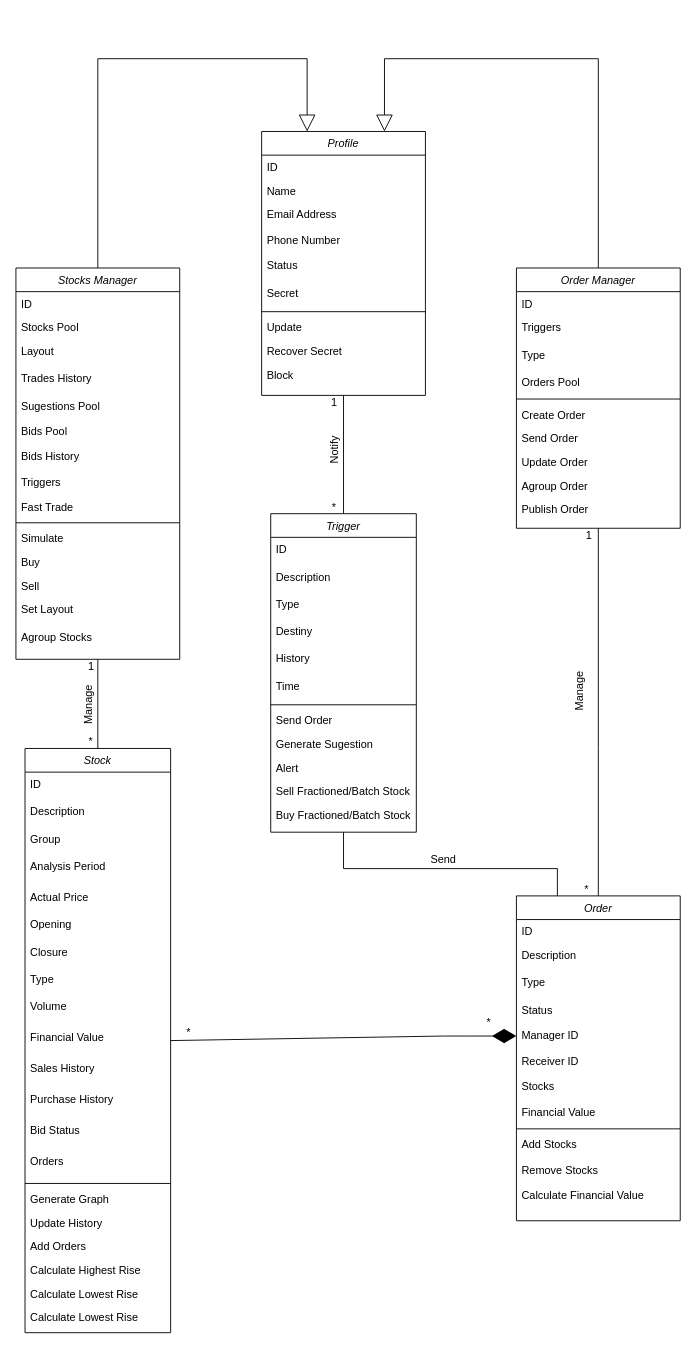
Above: class.drawio in devtnascimento/modelagem (draw.io), before the change. Source tidied: cells renumbered, new cells numbered last; positions are measured from the earlier drawing's top-left corner, leaving out a move shared by most shapes. Both pictures are drawn from the tidied source at 91%, with x=0, y=0 at pixel (15, 58).
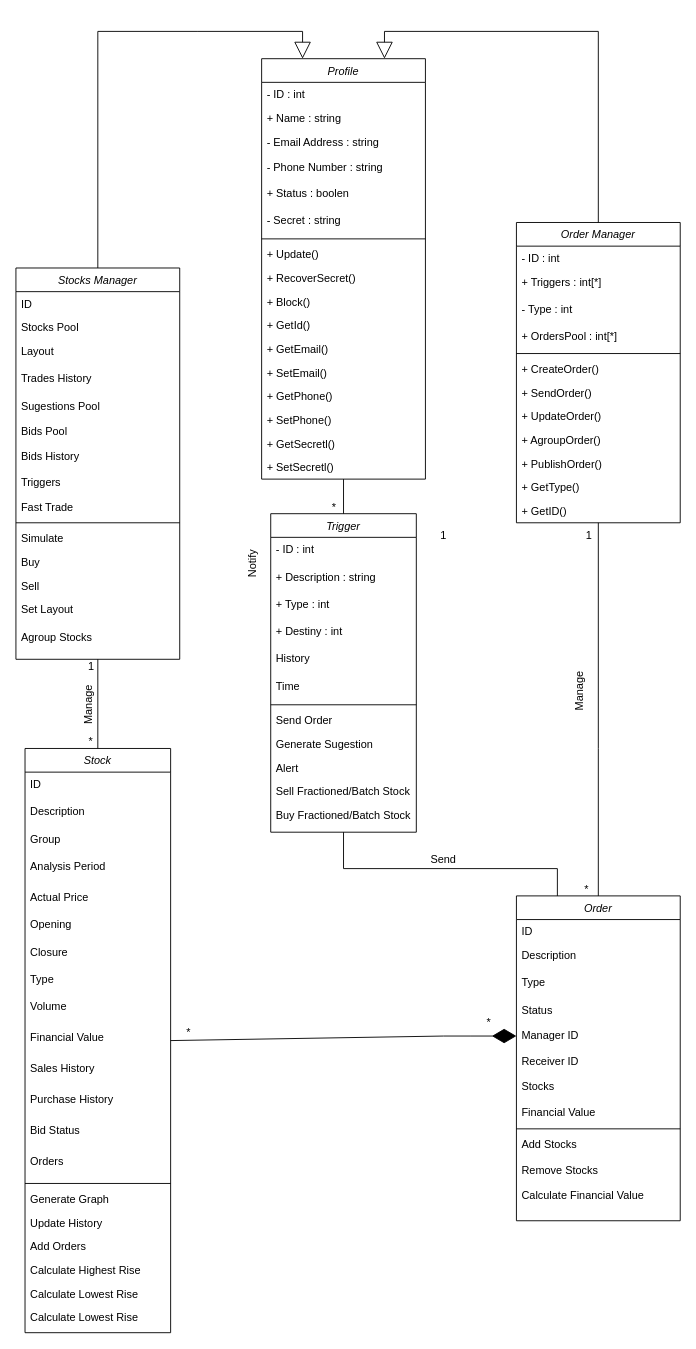
Above is the later version.

Unchanged cells that the change refers to:
```xml
<mxCell id="24" value="Stocks Manager" style="swimlane;fontStyle=2;align=center;verticalAlign=top;horizontal=1;startSize=26;rounded=0;shadow=0;strokeWidth=1;" parent="1" vertex="1">
  <mxGeometry y="230" width="180" height="430" as="geometry" />
</mxCell>
<mxCell id="62" value="Trigger" style="swimlane;fontStyle=2;align=center;verticalAlign=top;horizontal=1;startSize=26;rounded=0;shadow=0;strokeWidth=1;" parent="1" vertex="1">
  <mxGeometry x="280" y="500" width="160" height="350" as="geometry" />
</mxCell>
```

Diff of the diagram source:
```diff
@@
     <mxCell id="2" value="Profile" style="swimlane;fontStyle=2;align=center;verticalAlign=top;horizontal=1;startSize=26;rounded=0;shadow=0;strokeWidth=1;" parent="1" vertex="1">
-      <mxGeometry x="270" y="80" width="180" height="290" as="geometry" />
+      <mxGeometry x="270" width="180" height="462" as="geometry" />
     </mxCell>
-    <mxCell id="3" value="ID" style="text;align=left;verticalAlign=top;spacingLeft=4;spacingRight=4;overflow=hidden;" parent="2" vertex="1">
+    <mxCell id="3" value="- ID : int" style="text;align=left;verticalAlign=top;spacingLeft=4;spacingRight=4;overflow=hidden;" parent="2" vertex="1">
       <mxGeometry y="26" width="180" height="26" as="geometry" />
     </mxCell>
-    <mxCell id="4" value="Name" style="text;align=left;verticalAlign=top;spacingLeft=4;spacingRight=4;overflow=hidden;" parent="2" vertex="1">
+    <mxCell id="4" value="+ Name : string  " style="text;align=left;verticalAlign=top;spacingLeft=4;spacingRight=4;overflow=hidden;" parent="2" vertex="1">
       <mxGeometry y="52" width="180" height="26" as="geometry" />
     </mxCell>
-    <mxCell id="5" value="Email Address" style="text;align=left;verticalAlign=top;spacingLeft=4;spacingRight=4;overflow=hidden;rounded=0;shadow=0;html=0;" parent="2" vertex="1">
+    <mxCell id="5" value="- Email Address : string" style="text;align=left;verticalAlign=top;spacingLeft=4;spacingRight=4;overflow=hidden;rounded=0;shadow=0;html=0;" parent="2" vertex="1">
       <mxGeometry y="78" width="180" height="28" as="geometry" />
     </mxCell>
-    <mxCell id="6" value="Phone Number" style="text;align=left;verticalAlign=top;spacingLeft=4;spacingRight=4;overflow=hidden;rounded=0;shadow=0;html=0;" parent="2" vertex="1">
+    <mxCell id="6" value="- Phone Number : string" style="text;align=left;verticalAlign=top;spacingLeft=4;spacingRight=4;overflow=hidden;rounded=0;shadow=0;html=0;" parent="2" vertex="1">
       <mxGeometry y="106" width="180" height="28" as="geometry" />
     </mxCell>
-    <mxCell id="7" value="Status" style="text;align=left;verticalAlign=top;spacingLeft=4;spacingRight=4;overflow=hidden;rounded=0;shadow=0;html=0;" parent="2" vertex="1">
+    <mxCell id="7" value="+ Status : boolen" style="text;align=left;verticalAlign=top;spacingLeft=4;spacingRight=4;overflow=hidden;rounded=0;shadow=0;html=0;" parent="2" vertex="1">
       <mxGeometry y="134" width="180" height="30" as="geometry" />
     </mxCell>
-    <mxCell id="8" value="Secret" style="text;align=left;verticalAlign=top;spacingLeft=4;spacingRight=4;overflow=hidden;rounded=0;shadow=0;html=0;" parent="2" vertex="1">
+    <mxCell id="8" value="- Secret : string " style="text;align=left;verticalAlign=top;spacingLeft=4;spacingRight=4;overflow=hidden;rounded=0;shadow=0;html=0;" parent="2" vertex="1">
       <mxGeometry y="164" width="180" height="30" as="geometry" />
     </mxCell>
@@
-    <mxCell id="10" value="Update" style="text;align=left;verticalAlign=top;spacingLeft=4;spacingRight=4;overflow=hidden;" parent="2" vertex="1">
+    <mxCell id="10" value="+ Update()" style="text;align=left;verticalAlign=top;spacingLeft=4;spacingRight=4;overflow=hidden;" parent="2" vertex="1">
       <mxGeometry y="202" width="180" height="26" as="geometry" />
     </mxCell>
-    <mxCell id="11" value="Recover Secret" style="text;align=left;verticalAlign=top;spacingLeft=4;spacingRight=4;overflow=hidden;" parent="2" vertex="1">
+    <mxCell id="11" value="+ RecoverSecret()" style="text;align=left;verticalAlign=top;spacingLeft=4;spacingRight=4;overflow=hidden;" parent="2" vertex="1">
       <mxGeometry y="228" width="180" height="26" as="geometry" />
     </mxCell>
+    <mxCell id="107" value="+ Block()" style="text;align=left;verticalAlign=top;spacingLeft=4;spacingRight=4;overflow=hidden;" parent="2" vertex="1">
+      <mxGeometry y="254" width="180" height="26" as="geometry" />
+    </mxCell>
+    <mxCell id="108" value="+ GetId()" style="text;align=left;verticalAlign=top;spacingLeft=4;spacingRight=4;overflow=hidden;" parent="2" vertex="1">
+      <mxGeometry y="280" width="180" height="26" as="geometry" />
+    </mxCell>
+    <mxCell id="109" value="+ GetEmail()" style="text;align=left;verticalAlign=top;spacingLeft=4;spacingRight=4;overflow=hidden;" parent="2" vertex="1">
+      <mxGeometry y="306" width="180" height="26" as="geometry" />
+    </mxCell>
+    <mxCell id="110" value="+ SetEmail()" style="text;align=left;verticalAlign=top;spacingLeft=4;spacingRight=4;overflow=hidden;" parent="2" vertex="1">
+      <mxGeometry y="332" width="180" height="26" as="geometry" />
+    </mxCell>
+    <mxCell id="111" value="+ GetPhone()" style="text;align=left;verticalAlign=top;spacingLeft=4;spacingRight=4;overflow=hidden;" parent="2" vertex="1">
+      <mxGeometry y="358" width="180" height="26" as="geometry" />
+    </mxCell>
+    <mxCell id="112" value="+ SetPhone()" style="text;align=left;verticalAlign=top;spacingLeft=4;spacingRight=4;overflow=hidden;" parent="2" vertex="1">
+      <mxGeometry y="384" width="180" height="26" as="geometry" />
+    </mxCell>
+    <mxCell id="113" value="+ GetSecretl()" style="text;align=left;verticalAlign=top;spacingLeft=4;spacingRight=4;overflow=hidden;" parent="2" vertex="1">
+      <mxGeometry y="410" width="180" height="26" as="geometry" />
+    </mxCell>
-    <mxCell id="12" value="Block" style="text;align=left;verticalAlign=top;spacingLeft=4;spacingRight=4;overflow=hidden;" parent="2" vertex="1">
-      <mxGeometry y="254" width="180" height="26" as="geometry" />
+    <mxCell id="12" value="+ SetSecretl()" style="text;align=left;verticalAlign=top;spacingLeft=4;spacingRight=4;overflow=hidden;" parent="2" vertex="1">
+      <mxGeometry y="436" width="180" height="26" as="geometry" />
     </mxCell>
     <mxCell id="13" value="Order Manager" style="swimlane;fontStyle=2;align=center;verticalAlign=top;horizontal=1;startSize=26;rounded=0;shadow=0;strokeWidth=1;" parent="1" vertex="1">
-      <mxGeometry x="550" y="230" width="180" height="286" as="geometry" />
+      <mxGeometry x="550" y="180" width="180" height="330" as="geometry" />
     </mxCell>
-    <mxCell id="14" value="ID" style="text;align=left;verticalAlign=top;spacingLeft=4;spacingRight=4;overflow=hidden;" parent="13" vertex="1">
+    <mxCell id="14" value="- ID : int" style="text;align=left;verticalAlign=top;spacingLeft=4;spacingRight=4;overflow=hidden;" parent="13" vertex="1">
       <mxGeometry y="26" width="180" height="26" as="geometry" />
     </mxCell>
-    <mxCell id="15" value="Triggers" style="text;align=left;verticalAlign=top;spacingLeft=4;spacingRight=4;overflow=hidden;rounded=0;shadow=0;html=0;" parent="13" vertex="1">
+    <mxCell id="15" value="+ Triggers : int[*]" style="text;align=left;verticalAlign=top;spacingLeft=4;spacingRight=4;overflow=hidden;rounded=0;shadow=0;html=0;" parent="13" vertex="1">
       <mxGeometry y="52" width="180" height="30" as="geometry" />
     </mxCell>
-    <mxCell id="16" value="Type" style="text;align=left;verticalAlign=top;spacingLeft=4;spacingRight=4;overflow=hidden;rounded=0;shadow=0;html=0;" parent="13" vertex="1">
+    <mxCell id="16" value="- Type : int" style="text;align=left;verticalAlign=top;spacingLeft=4;spacingRight=4;overflow=hidden;rounded=0;shadow=0;html=0;" parent="13" vertex="1">
       <mxGeometry y="82" width="180" height="30" as="geometry" />
     </mxCell>
-    <mxCell id="17" value="Orders Pool" style="text;align=left;verticalAlign=top;spacingLeft=4;spacingRight=4;overflow=hidden;rounded=0;shadow=0;html=0;" parent="13" vertex="1">
+    <mxCell id="17" value="+ OrdersPool : int[*]" style="text;align=left;verticalAlign=top;spacingLeft=4;spacingRight=4;overflow=hidden;rounded=0;shadow=0;html=0;" parent="13" vertex="1">
       <mxGeometry y="112" width="180" height="28" as="geometry" />
     </mxCell>
@@
-    <mxCell id="19" value="Create Order" style="text;align=left;verticalAlign=top;spacingLeft=4;spacingRight=4;overflow=hidden;" parent="13" vertex="1">
+    <mxCell id="19" value="+ CreateOrder()" style="text;align=left;verticalAlign=top;spacingLeft=4;spacingRight=4;overflow=hidden;" parent="13" vertex="1">
       <mxGeometry y="148" width="180" height="26" as="geometry" />
     </mxCell>
-    <mxCell id="20" value="Send Order" style="text;align=left;verticalAlign=top;spacingLeft=4;spacingRight=4;overflow=hidden;" parent="13" vertex="1">
+    <mxCell id="20" value="+ SendOrder()" style="text;align=left;verticalAlign=top;spacingLeft=4;spacingRight=4;overflow=hidden;" parent="13" vertex="1">
       <mxGeometry y="174" width="180" height="26" as="geometry" />
     </mxCell>
-    <mxCell id="21" value="Update Order" style="text;align=left;verticalAlign=top;spacingLeft=4;spacingRight=4;overflow=hidden;" parent="13" vertex="1">
+    <mxCell id="21" value="+ UpdateOrder()" style="text;align=left;verticalAlign=top;spacingLeft=4;spacingRight=4;overflow=hidden;" parent="13" vertex="1">
       <mxGeometry y="200" width="180" height="26" as="geometry" />
     </mxCell>
-    <mxCell id="22" value="Agroup Order" style="text;align=left;verticalAlign=top;spacingLeft=4;spacingRight=4;overflow=hidden;" parent="13" vertex="1">
+    <mxCell id="22" value="+ AgroupOrder()" style="text;align=left;verticalAlign=top;spacingLeft=4;spacingRight=4;overflow=hidden;" parent="13" vertex="1">
       <mxGeometry y="226" width="180" height="26" as="geometry" />
     </mxCell>
+    <mxCell id="114" value="+ PublishOrder()" style="text;align=left;verticalAlign=top;spacingLeft=4;spacingRight=4;overflow=hidden;" parent="13" vertex="1">
+      <mxGeometry y="252" width="180" height="26" as="geometry" />
+    </mxCell>
+    <mxCell id="115" value="+ GetType()" style="text;align=left;verticalAlign=top;spacingLeft=4;spacingRight=4;overflow=hidden;" parent="13" vertex="1">
+      <mxGeometry y="278" width="180" height="26" as="geometry" />
+    </mxCell>
-    <mxCell id="23" value="Publish Order" style="text;align=left;verticalAlign=top;spacingLeft=4;spacingRight=4;overflow=hidden;" parent="13" vertex="1">
-      <mxGeometry y="252" width="180" height="26" as="geometry" />
+    <mxCell id="23" value="+ GetID()" style="text;align=left;verticalAlign=top;spacingLeft=4;spacingRight=4;overflow=hidden;" parent="13" vertex="1">
+      <mxGeometry y="304" width="180" height="26" as="geometry" />
     </mxCell>
@@
-    <mxCell id="63" value="ID" style="text;align=left;verticalAlign=top;spacingLeft=4;spacingRight=4;overflow=hidden;rounded=0;shadow=0;html=0;" parent="62" vertex="1">
+    <mxCell id="63" value="- ID : int" style="text;align=left;verticalAlign=top;spacingLeft=4;spacingRight=4;overflow=hidden;rounded=0;shadow=0;html=0;" parent="62" vertex="1">
       <mxGeometry y="26" width="160" height="30" as="geometry" />
     </mxCell>
-    <mxCell id="64" value="Description" style="text;align=left;verticalAlign=top;spacingLeft=4;spacingRight=4;overflow=hidden;rounded=0;shadow=0;html=0;" parent="62" vertex="1">
+    <mxCell id="64" value="+ Description : string" style="text;align=left;verticalAlign=top;spacingLeft=4;spacingRight=4;overflow=hidden;rounded=0;shadow=0;html=0;" parent="62" vertex="1">
       <mxGeometry y="56" width="160" height="30" as="geometry" />
     </mxCell>
-    <mxCell id="65" value="Type" style="text;align=left;verticalAlign=top;spacingLeft=4;spacingRight=4;overflow=hidden;rounded=0;shadow=0;html=0;" parent="62" vertex="1">
+    <mxCell id="65" value="+ Type : int" style="text;align=left;verticalAlign=top;spacingLeft=4;spacingRight=4;overflow=hidden;rounded=0;shadow=0;html=0;" parent="62" vertex="1">
       <mxGeometry y="86" width="160" height="30" as="geometry" />
     </mxCell>
-    <mxCell id="66" value="Destiny" style="text;align=left;verticalAlign=top;spacingLeft=4;spacingRight=4;overflow=hidden;rounded=0;shadow=0;html=0;" parent="62" vertex="1">
+    <mxCell id="66" value="+ Destiny : int" style="text;align=left;verticalAlign=top;spacingLeft=4;spacingRight=4;overflow=hidden;rounded=0;shadow=0;html=0;" parent="62" vertex="1">
       <mxGeometry y="116" width="160" height="30" as="geometry" />
     </mxCell>
@@
     <mxCell id="88" style="endArrow=block;endSize=16;endFill=0;html=1;rounded=0;exitX=0.5;exitY=0;exitDx=0;exitDy=0;entryX=0.75;entryY=0;entryDx=0;entryDy=0;" parent="1" edge="1" source="13" target="2">
       <mxGeometry x="-0.52" y="-50" relative="1" as="geometry">
         <Array as="points">
-          <mxPoint x="640" />
-          <mxPoint x="405" />
+          <mxPoint x="640" y="-30" />
+          <mxPoint x="405" y="-30" />
         </Array>
       </mxGeometry>
     </mxCell>
-    <mxCell id="89" style="endArrow=block;endSize=16;endFill=0;html=1;rounded=0;exitX=0.5;exitY=0;exitDx=0;exitDy=0;" parent="1" edge="1" source="24">
+    <mxCell id="89" style="endArrow=block;endSize=16;endFill=0;html=1;rounded=0;exitX=0.5;exitY=0;exitDx=0;exitDy=0;entryX=0.25;entryY=0;entryDx=0;entryDy=0;" parent="1" edge="1" source="24" target="2">
       <mxGeometry x="-0.52" relative="1" as="geometry">
-        <mxPoint x="320" y="80" as="targetPoint" />
         <Array as="points">
-          <mxPoint x="90" />
-          <mxPoint x="320" />
+          <mxPoint x="90" y="-30" />
+          <mxPoint x="200" y="-30" />
+          <mxPoint x="315" y="-30" />
         </Array>
       </mxGeometry>
     </mxCell>
@@
     <mxCell id="103" value="1" style="text;html=1;strokeColor=none;fillColor=none;align=center;verticalAlign=middle;whiteSpace=wrap;rounded=0;" parent="1" vertex="1">
-      <mxGeometry x="340" y="370" width="20" height="15" as="geometry" />
+      <mxGeometry x="460" y="516" width="20" height="15" as="geometry" />
     </mxCell>
@@
     <mxCell id="106" value="Notify" style="text;html=1;strokeColor=none;fillColor=none;align=center;verticalAlign=middle;whiteSpace=wrap;rounded=0;rotation=-90;" parent="1" vertex="1">
-      <mxGeometry x="330" y="420" width="40" height="20" as="geometry" />
+      <mxGeometry x="240" y="545" width="40" height="20" as="geometry" />
     </mxCell>
```
